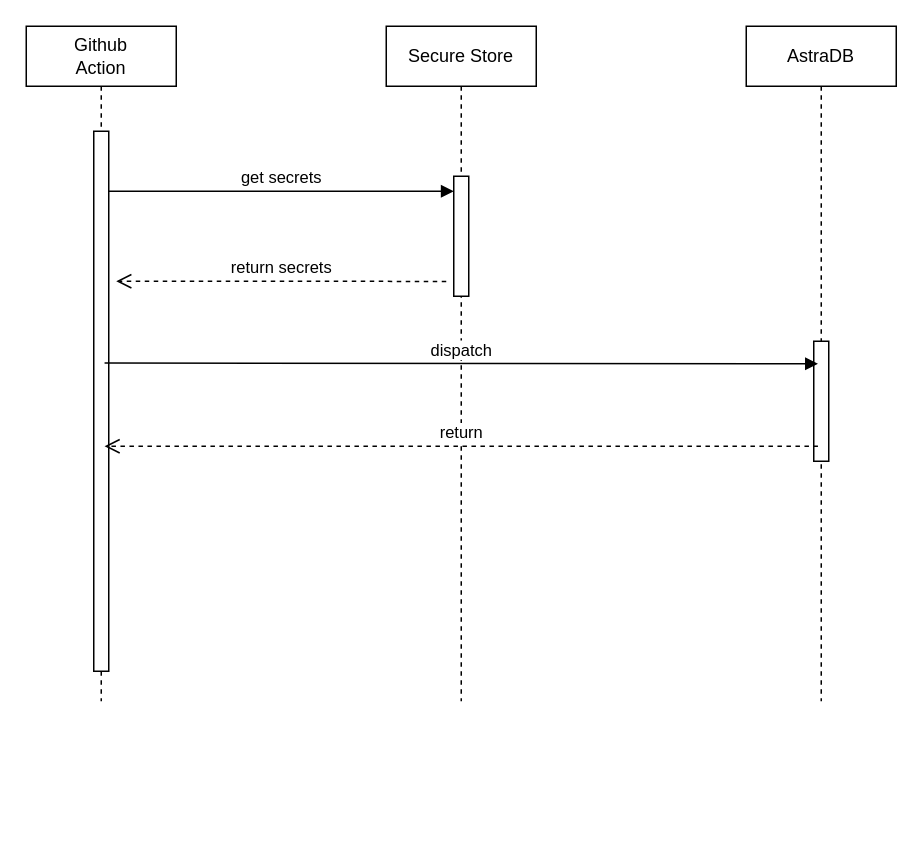
Before: Astra Token Rotation.drawio in ncinco/DslApi, a draw.io diagram. Source tidied: cells renumbered, new cells numbered last; positions are measured from the earlier drawing's top-left corner, leaving out a move shared by most shapes. Both pictures are drawn from the tidied source at 150%, with x=0, y=0 at pixel (26, 26).
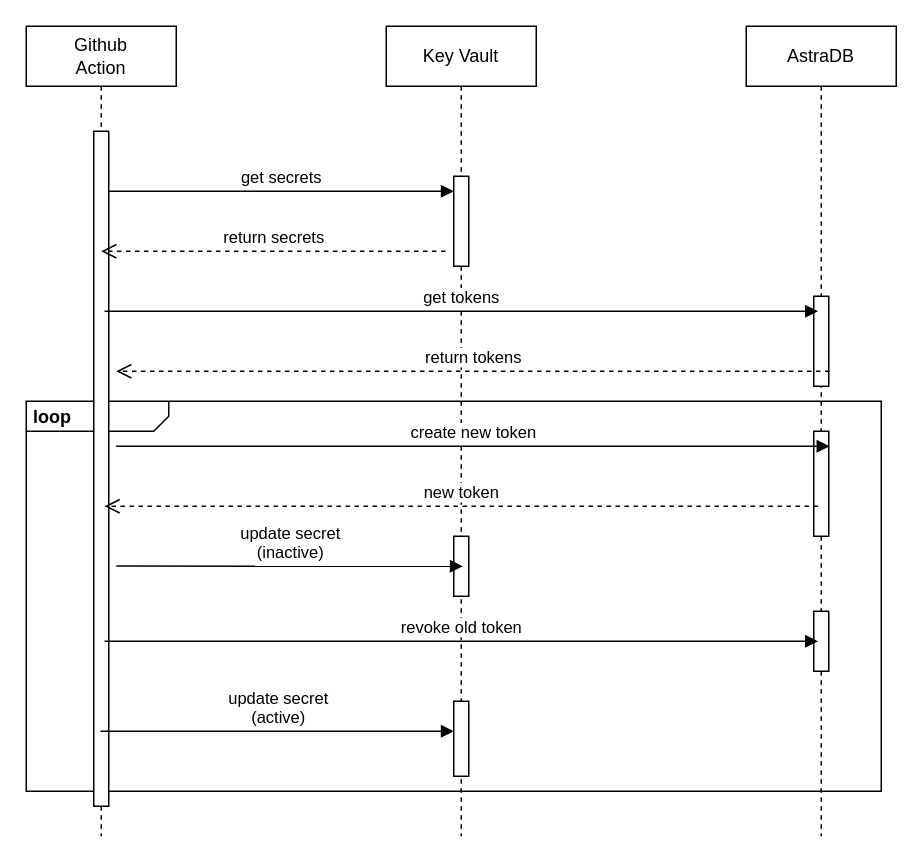
Above is the later version.

Change to the diagram source:
```diff
@@
+    <mxCell id="12" value="&lt;p style=&quot;margin:0px;margin-top:4px;margin-left:5px;text-align:left;&quot;&gt;&lt;b&gt;loop&lt;/b&gt;&lt;/p&gt;" style="html=1;shape=mxgraph.sysml.package;overflow=fill;labelX=95;align=left;spacingLeft=5;verticalAlign=top;spacingTop=-3;" parent="1" vertex="1">
+      <mxGeometry y="250" width="570" height="260" as="geometry" />
+    </mxCell>
-    <mxCell id="2" value="Secure Store" style="shape=umlLifeline;perimeter=lifelinePerimeter;whiteSpace=wrap;html=1;outlineConnect=0;portConstraint=eastwest;newEdgeStyle={&quot;edgeStyle&quot;:&quot;elbowEdgeStyle&quot;,&quot;elbow&quot;:&quot;vertical&quot;,&quot;curved&quot;:0,&quot;rounded&quot;:0};" parent="1" vertex="1">
-      <mxGeometry x="240" width="100" height="450" as="geometry" />
+    <mxCell id="2" value="Key Vault" style="shape=umlLifeline;perimeter=lifelinePerimeter;whiteSpace=wrap;html=1;outlineConnect=0;portConstraint=eastwest;newEdgeStyle={&quot;edgeStyle&quot;:&quot;elbowEdgeStyle&quot;,&quot;elbow&quot;:&quot;vertical&quot;,&quot;curved&quot;:0,&quot;rounded&quot;:0};" parent="1" vertex="1">
+      <mxGeometry x="240" width="100" height="540" as="geometry" />
     </mxCell>
     <mxCell id="3" style="html=1;perimeter=orthogonalPerimeter;targetShapes=umlLifeline;newEdgeStyle={&quot;edgeStyle&quot;:&quot;elbowEdgeStyle&quot;,&quot;elbow&quot;:&quot;vertical&quot;,&quot;curved&quot;:0,&quot;rounded&quot;:0};" parent="2" vertex="1">
-      <mxGeometry x="45" y="100" width="10" height="80" as="geometry" />
+      <mxGeometry x="45" y="100" width="10" height="60" as="geometry" />
     </mxCell>
+    <mxCell id="13" style="html=1;perimeter=orthogonalPerimeter;targetShapes=umlLifeline;newEdgeStyle={&quot;edgeStyle&quot;:&quot;elbowEdgeStyle&quot;,&quot;elbow&quot;:&quot;vertical&quot;,&quot;curved&quot;:0,&quot;rounded&quot;:0};" parent="2" vertex="1">
+      <mxGeometry x="45" y="340" width="10" height="40" as="geometry" />
+    </mxCell>
+    <mxCell id="14" style="html=1;perimeter=orthogonalPerimeter;targetShapes=umlLifeline;newEdgeStyle={&quot;edgeStyle&quot;:&quot;elbowEdgeStyle&quot;,&quot;elbow&quot;:&quot;vertical&quot;,&quot;curved&quot;:0,&quot;rounded&quot;:0};" parent="2" vertex="1">
+      <mxGeometry x="45" y="450" width="10" height="50" as="geometry" />
+    </mxCell>
     <mxCell id="4" value="AstraDB" style="shape=umlLifeline;perimeter=lifelinePerimeter;whiteSpace=wrap;html=1;newEdgeStyle={&quot;edgeStyle&quot;:&quot;elbowEdgeStyle&quot;,&quot;elbow&quot;:&quot;vertical&quot;,&quot;curved&quot;:0,&quot;rounded&quot;:0};" parent="1" vertex="1">
-      <mxGeometry x="480" width="100" height="450" as="geometry" />
+      <mxGeometry x="480" width="100" height="540" as="geometry" />
     </mxCell>
     <mxCell id="5" style="html=1;perimeter=orthogonalPerimeter;targetShapes=umlLifeline;newEdgeStyle={&quot;edgeStyle&quot;:&quot;elbowEdgeStyle&quot;,&quot;elbow&quot;:&quot;vertical&quot;,&quot;curved&quot;:0,&quot;rounded&quot;:0};" parent="4" vertex="1">
-      <mxGeometry x="45" y="210" width="10" height="80" as="geometry" />
+      <mxGeometry x="45" y="180" width="10" height="60" as="geometry" />
     </mxCell>
+    <mxCell id="15" style="html=1;perimeter=orthogonalPerimeter;targetShapes=umlLifeline;newEdgeStyle={&quot;edgeStyle&quot;:&quot;elbowEdgeStyle&quot;,&quot;elbow&quot;:&quot;vertical&quot;,&quot;curved&quot;:0,&quot;rounded&quot;:0};" parent="4" vertex="1">
+      <mxGeometry x="45" y="270" width="10" height="70" as="geometry" />
+    </mxCell>
+    <mxCell id="16" style="html=1;perimeter=orthogonalPerimeter;targetShapes=umlLifeline;newEdgeStyle={&quot;edgeStyle&quot;:&quot;elbowEdgeStyle&quot;,&quot;elbow&quot;:&quot;vertical&quot;,&quot;curved&quot;:0,&quot;rounded&quot;:0};" parent="4" vertex="1">
+      <mxGeometry x="45" y="390" width="10" height="40" as="geometry" />
+    </mxCell>
     <mxCell id="6" value="Github&lt;br&gt;Action" style="shape=umlLifeline;perimeter=lifelinePerimeter;whiteSpace=wrap;html=1;newEdgeStyle={&quot;edgeStyle&quot;:&quot;elbowEdgeStyle&quot;,&quot;elbow&quot;:&quot;vertical&quot;,&quot;curved&quot;:0,&quot;rounded&quot;:0};" parent="1" vertex="1">
-      <mxGeometry width="100" height="450" as="geometry" />
+      <mxGeometry width="100" height="540" as="geometry" />
     </mxCell>
     <mxCell id="7" style="html=1;points=[];perimeter=orthogonalPerimeter;outlineConnect=0;targetShapes=umlLifeline;portConstraint=eastwest;newEdgeStyle={&quot;edgeStyle&quot;:&quot;elbowEdgeStyle&quot;,&quot;elbow&quot;:&quot;vertical&quot;,&quot;curved&quot;:0,&quot;rounded&quot;:0};" parent="6" vertex="1">
-      <mxGeometry x="45" y="70" width="10" height="360" as="geometry" />
+      <mxGeometry x="45" y="70" width="10" height="450" as="geometry" />
     </mxCell>
@@
-    <mxCell id="9" value="return secrets" style="html=1;verticalAlign=bottom;endArrow=open;dashed=1;endSize=8;edgeStyle=elbowEdgeStyle;elbow=vertical;curved=0;rounded=0;exitX=0.4;exitY=0.378;exitDx=0;exitDy=0;exitPerimeter=0;" parent="1" edge="1" source="2">
+    <mxCell id="9" value="return secrets" style="html=1;verticalAlign=bottom;endArrow=open;dashed=1;endSize=8;edgeStyle=elbowEdgeStyle;elbow=vertical;curved=0;rounded=0;" parent="1" edge="1">
       <mxGeometry relative="1" as="geometry">
-        <mxPoint x="60" y="170" as="targetPoint" />
+        <mxPoint x="279.5" y="150" as="sourcePoint" />
+        <mxPoint x="50" y="150" as="targetPoint" />
       </mxGeometry>
     </mxCell>
-    <mxCell id="10" value="dispatch" style="html=1;verticalAlign=bottom;endArrow=block;edgeStyle=elbowEdgeStyle;elbow=vertical;curved=0;rounded=0;" parent="1" edge="1">
+    <mxCell id="10" value="get tokens" style="html=1;verticalAlign=bottom;endArrow=block;edgeStyle=elbowEdgeStyle;elbow=vertical;curved=0;rounded=0;" parent="1" edge="1">
       <mxGeometry relative="1" as="geometry">
-        <mxPoint x="52.2" y="224.5" as="sourcePoint" />
-        <mxPoint x="527.8" y="224.5" as="targetPoint" />
+        <mxPoint x="52.2" y="190" as="sourcePoint" />
+        <mxPoint x="527.8" y="190" as="targetPoint" />
       </mxGeometry>
     </mxCell>
-    <mxCell id="11" value="return" style="html=1;verticalAlign=bottom;endArrow=open;dashed=1;endSize=8;edgeStyle=elbowEdgeStyle;elbow=vertical;curved=0;rounded=0;" parent="1" edge="1">
+    <mxCell id="11" value="return tokens" style="html=1;verticalAlign=bottom;endArrow=open;dashed=1;endSize=8;edgeStyle=elbowEdgeStyle;elbow=vertical;curved=0;rounded=0;" parent="1" edge="1">
       <mxGeometry relative="1" as="geometry">
-        <mxPoint x="527.8" y="280" as="sourcePoint" />
-        <mxPoint x="52.2" y="280" as="targetPoint" />
+        <mxPoint x="535.5" y="230" as="sourcePoint" />
+        <mxPoint x="60" y="230" as="targetPoint" />
       </mxGeometry>
     </mxCell>
+    <mxCell id="17" value="create new token" style="html=1;verticalAlign=bottom;endArrow=block;edgeStyle=elbowEdgeStyle;elbow=vertical;curved=0;rounded=0;" parent="1" edge="1">
+      <mxGeometry relative="1" as="geometry">
+        <mxPoint x="60" y="280" as="sourcePoint" />
+        <mxPoint x="535.5" y="280" as="targetPoint" />
+        <Array as="points">
+          <mxPoint x="297.8" y="280" />
+        </Array>
+      </mxGeometry>
+    </mxCell>
+    <mxCell id="18" value="new token" style="html=1;verticalAlign=bottom;endArrow=open;dashed=1;endSize=8;edgeStyle=elbowEdgeStyle;elbow=vertical;curved=0;rounded=0;" parent="1" edge="1">
+      <mxGeometry relative="1" as="geometry">
+        <mxPoint x="527.8" y="320" as="sourcePoint" />
+        <mxPoint x="52.2" y="320" as="targetPoint" />
+      </mxGeometry>
+    </mxCell>
+    <mxCell id="19" value="update secret&lt;br&gt;(inactive)" style="html=1;verticalAlign=bottom;endArrow=block;edgeStyle=elbowEdgeStyle;elbow=vertical;curved=0;rounded=0;entryX=0.46;entryY=0.787;entryDx=0;entryDy=0;entryPerimeter=0;" parent="1" edge="1">
+      <mxGeometry relative="1" as="geometry">
+        <mxPoint x="60" y="359.9" as="sourcePoint" />
+        <mxPoint x="291" y="359.5" as="targetPoint" />
+      </mxGeometry>
+    </mxCell>
+    <mxCell id="20" value="revoke old token" style="html=1;verticalAlign=bottom;endArrow=block;edgeStyle=elbowEdgeStyle;elbow=vertical;curved=0;rounded=0;" parent="1" edge="1">
+      <mxGeometry relative="1" as="geometry">
+        <mxPoint x="52.2" y="410" as="sourcePoint" />
+        <mxPoint x="527.8" y="410" as="targetPoint" />
+      </mxGeometry>
+    </mxCell>
+    <mxCell id="21" value="update secret&lt;br&gt;(active)" style="html=1;verticalAlign=bottom;endArrow=block;edgeStyle=elbowEdgeStyle;elbow=vertical;curved=0;rounded=0;" parent="1" edge="1">
+      <mxGeometry relative="1" as="geometry">
+        <mxPoint x="49.5" y="470" as="sourcePoint" />
+        <mxPoint x="285" y="470" as="targetPoint" />
+      </mxGeometry>
+    </mxCell>
```
